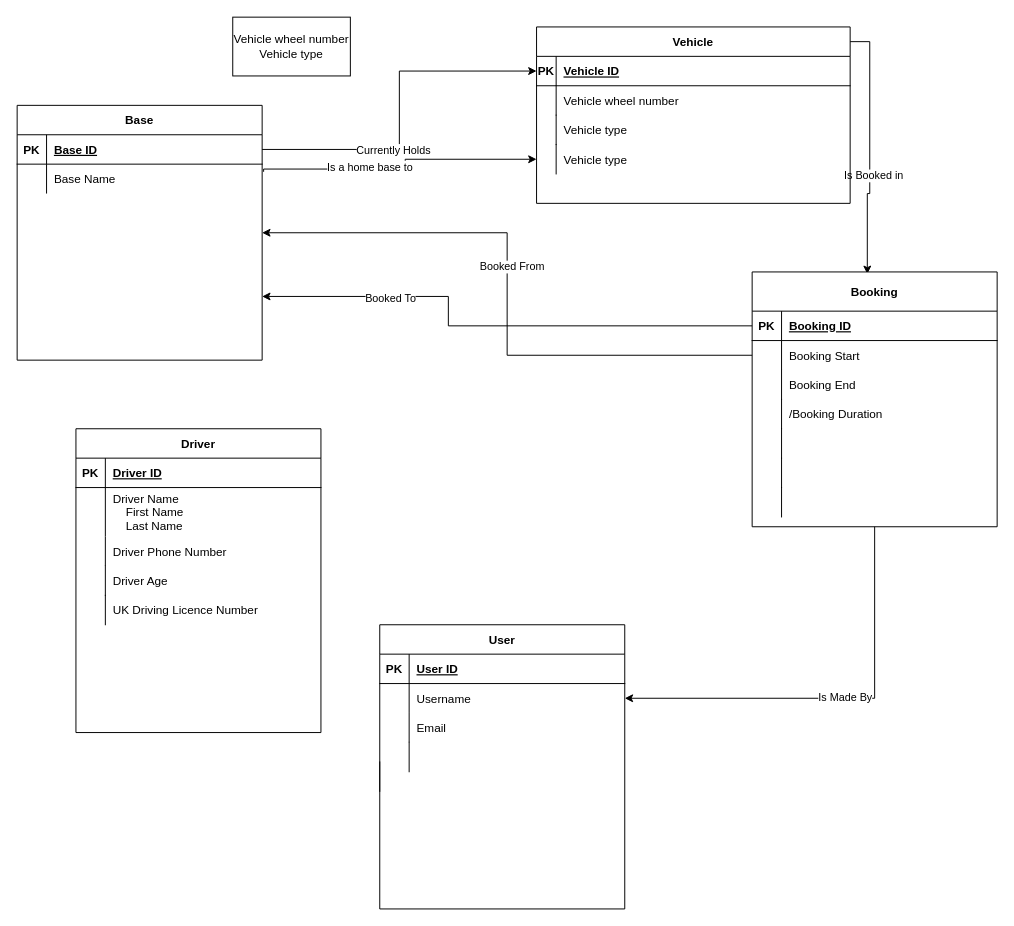
Above: CW1 ERD.drawio in Daniel-Fejdych/Daniel-Fejdych.github.io (draw.io), before the change. Source tidied: cells renumbered, new cells numbered last; positions are measured from the earlier drawing's top-left corner, leaving out a move shared by most shapes. Both pictures are drawn from the tidied source at 98%, with x=0, y=0 at pixel (17, 17).
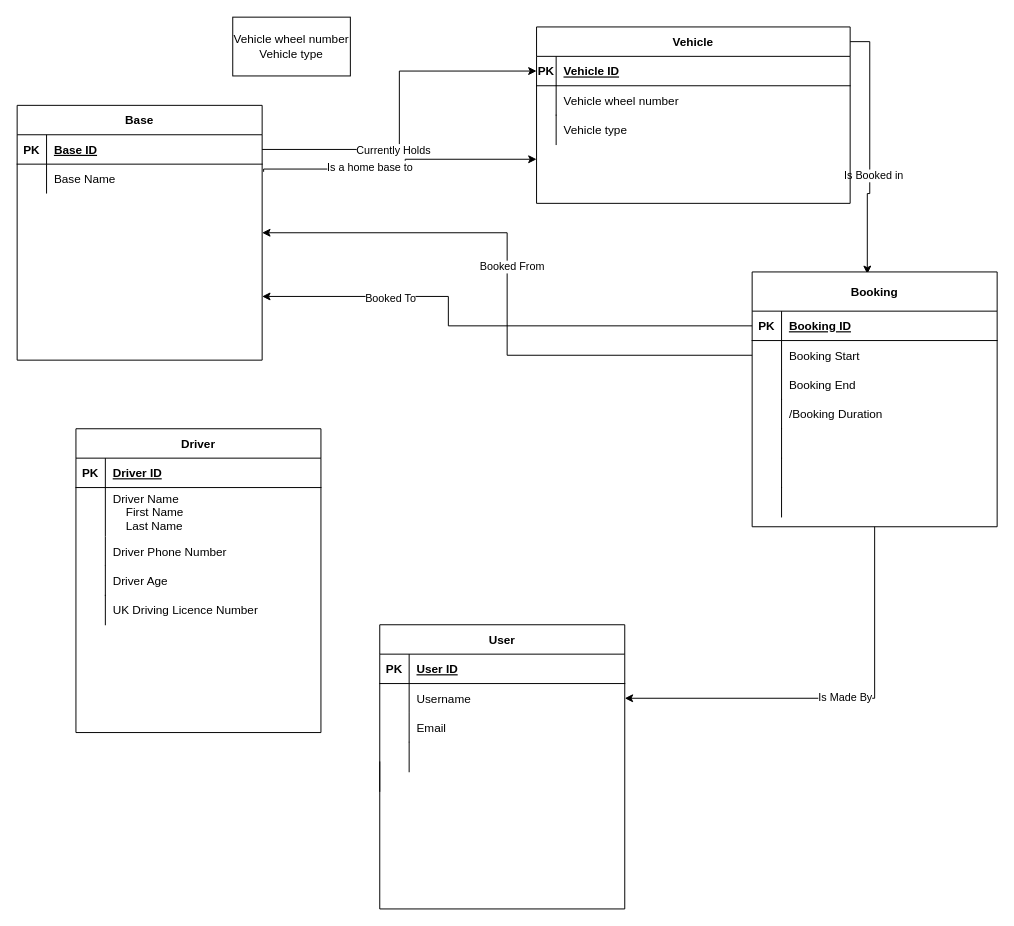
After the change.

Change to the diagram source:
```diff
@@
-    <mxCell id="64" value="Vehicle type" style="shape=partialRectangle;overflow=hidden;fillColor=none;top=0;left=1;bottom=0;right=0;align=left;spacingLeft=6;fontStyle=0;" parent="1" vertex="1">
-      <mxGeometry x="550" y="130" width="300" height="30" as="geometry" />
-    </mxCell>
```
